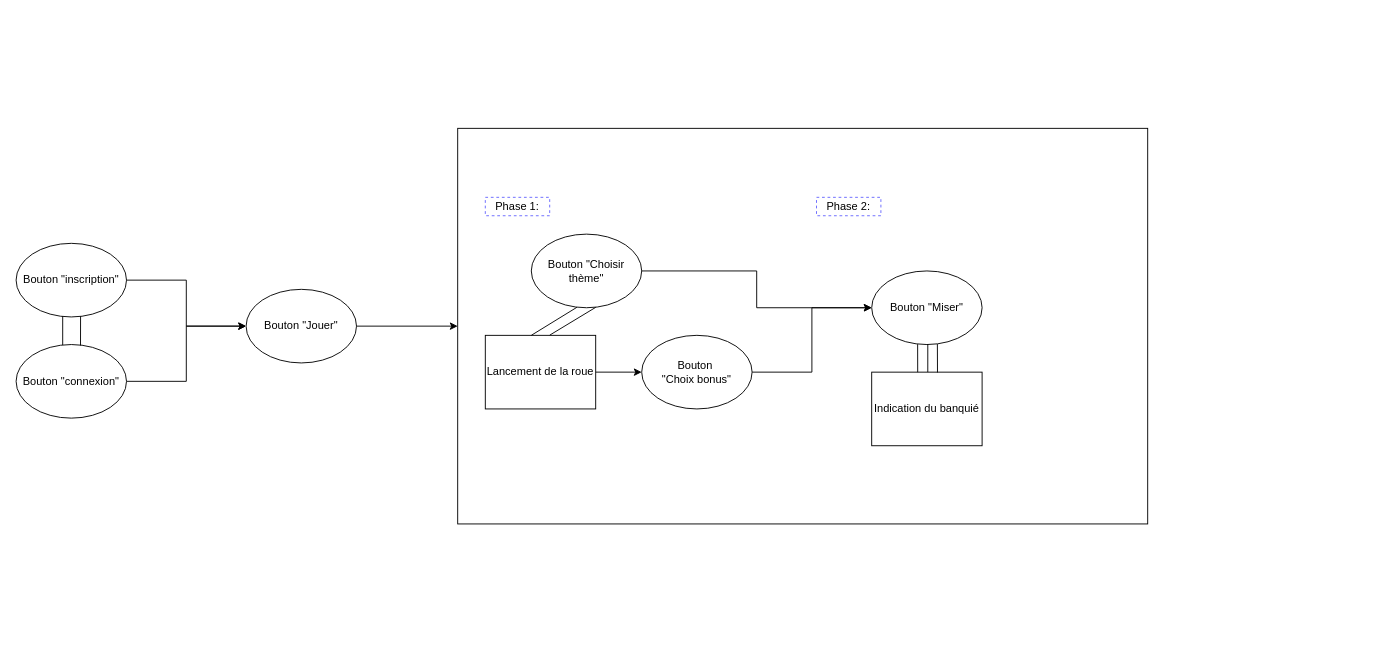
Above: Diagramme sans nom.drawio in Zacharie-Julien/MONEY-Drop-bouffon-BTS-BANQUE (draw.io), before the change. Source tidied: cells renumbered, new cells numbered last; positions are measured from the earlier drawing's top-left corner, leaving out a move shared by most shapes. Both pictures are drawn from the tidied source at 92%, with x=0, y=0 at pixel (16, 128).
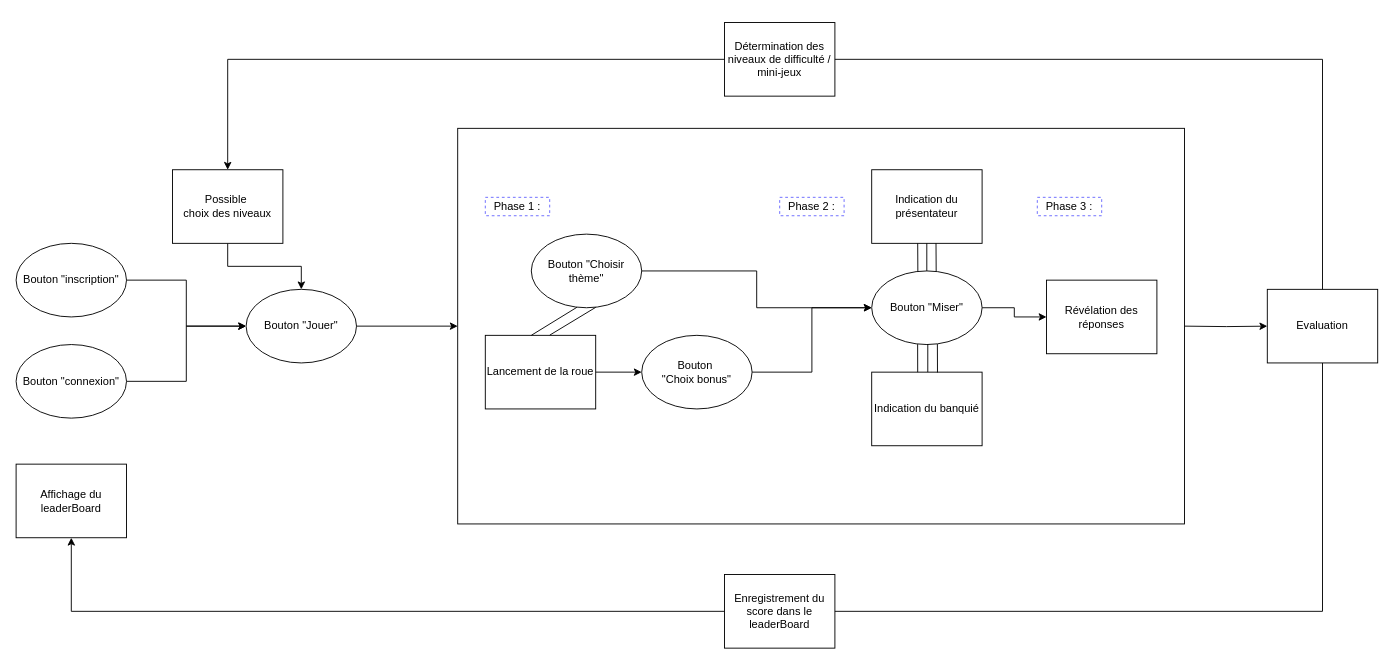
Above is the later version.

Commit message (it also covers changes not shown here):
Mettre à jour Diagramme

The change refers to these unchanged cells:
```xml
<mxCell id="3" value="Bouton &quot;inscription&quot;" style="ellipse;whiteSpace=wrap;html=1;" parent="1" vertex="1">
  <mxGeometry y="125" width="120" height="80" as="geometry" />
</mxCell>
<mxCell id="5" value="Bouton &quot;connexion&quot;" style="ellipse;whiteSpace=wrap;html=1;" parent="1" vertex="1">
  <mxGeometry y="235" width="120" height="80" as="geometry" />
</mxCell>
<mxCell id="7" value="Bouton &quot;Jouer&quot;" style="ellipse;whiteSpace=wrap;html=1;" parent="1" vertex="1">
  <mxGeometry x="250" y="175" width="120" height="80" as="geometry" />
</mxCell>
<mxCell id="13" value="Bouton &quot;Miser&quot;" style="ellipse;whiteSpace=wrap;html=1;" parent="1" vertex="1">
  <mxGeometry x="930" y="155" width="120" height="80" as="geometry" />
</mxCell>
```

The edit, as a diff of the source:
```diff
@@
-    <mxCell id="8" style="endArrow=none;html=1;rounded=0;exitX=0.422;exitY=0.007;exitDx=0;exitDy=0;exitPerimeter=0;entryX=0.422;entryY=0.989;entryDx=0;entryDy=0;entryPerimeter=0;" parent="1" edge="1" source="5" target="3">
-      <mxGeometry relative="1" as="geometry" />
-    </mxCell>
-    <mxCell id="9" style="endArrow=none;html=1;rounded=0;exitX=0.414;exitY=0.015;exitDx=0;exitDy=0;exitPerimeter=0;entryX=0.584;entryY=0.991;entryDx=0;entryDy=0;entryPerimeter=0;" parent="1" edge="1" target="3">
-      <mxGeometry relative="1" as="geometry">
-        <mxPoint x="70" y="236" as="sourcePoint" />
-      </mxGeometry>
-    </mxCell>
+    <mxCell id="26" style="edgeStyle=orthogonalEdgeStyle;rounded=0;jettySize=auto;html=1;entryX=0;entryY=0.5;entryDx=0;entryDy=0;" parent="1" edge="1" target="34">
+      <mxGeometry relative="1" as="geometry">
+        <mxPoint x="1270" y="215" as="sourcePoint" />
+      </mxGeometry>
+    </mxCell>
     <mxCell id="10" style="rounded=0;whiteSpace=wrap;html=1;" parent="1" vertex="1">
-      <mxGeometry x="480" width="750" height="430" as="geometry" />
+      <mxGeometry x="480" width="790" height="430" as="geometry" />
     </mxCell>
@@
+    <mxCell id="27" style="edgeStyle=orthogonalEdgeStyle;rounded=0;jettySize=auto;html=1;" parent="1" edge="1" source="13" target="37">
+      <mxGeometry relative="1" as="geometry" />
+    </mxCell>
@@
-    <mxCell id="18" value="&lt;div&gt;Phase 1:&lt;/div&gt;" style="rounded=0;whiteSpace=wrap;html=1;strokeColor=#6666FF;dashed=1;" parent="1" vertex="1">
+    <mxCell id="18" value="&lt;div&gt;Phase 1 :&lt;/div&gt;" style="rounded=0;whiteSpace=wrap;html=1;strokeColor=#6666FF;dashed=1;" parent="1" vertex="1">
       <mxGeometry x="510" y="75" width="70" height="20" as="geometry" />
     </mxCell>
-    <mxCell id="19" value="&lt;div&gt;Phase 2:&lt;/div&gt;" style="rounded=0;whiteSpace=wrap;html=1;strokeColor=#6666FF;dashed=1;" parent="1" vertex="1">
-      <mxGeometry x="870" y="75" width="70" height="20" as="geometry" />
+    <mxCell id="19" value="&lt;div&gt;Phase 2 :&lt;/div&gt;" style="rounded=0;whiteSpace=wrap;html=1;strokeColor=#6666FF;dashed=1;" parent="1" vertex="1">
+      <mxGeometry x="830" y="75" width="70" height="20" as="geometry" />
     </mxCell>
@@
+    <mxCell id="28" value="Indication du présentateur" style="rounded=0;whiteSpace=wrap;html=1;" parent="1" vertex="1">
+      <mxGeometry x="930" y="45" width="120" height="80" as="geometry" />
+    </mxCell>
+    <mxCell id="29" style="endArrow=none;html=1;rounded=0;entryX=0.508;entryY=0.995;entryDx=0;entryDy=0;entryPerimeter=0;exitX=0.508;exitY=-0.001;exitDx=0;exitDy=0;exitPerimeter=0;" parent="1" edge="1">
+      <mxGeometry relative="1" as="geometry">
+        <mxPoint x="989.9" y="155" as="sourcePoint" />
+        <mxPoint x="989.9" y="125" as="targetPoint" />
+      </mxGeometry>
+    </mxCell>
+    <mxCell id="30" style="endArrow=none;html=1;rounded=0;entryX=0.508;entryY=0.995;entryDx=0;entryDy=0;entryPerimeter=0;exitX=0.584;exitY=0.003;exitDx=0;exitDy=0;exitPerimeter=0;" parent="1" edge="1" source="13">
+      <mxGeometry relative="1" as="geometry">
+        <mxPoint x="999.9" y="125" as="targetPoint" />
+      </mxGeometry>
+    </mxCell>
+    <mxCell id="31" style="endArrow=none;html=1;rounded=0;entryX=0.508;entryY=0.995;entryDx=0;entryDy=0;entryPerimeter=0;exitX=0.418;exitY=0.005;exitDx=0;exitDy=0;exitPerimeter=0;" parent="1" edge="1" source="13">
+      <mxGeometry relative="1" as="geometry">
+        <mxPoint x="980" y="125" as="targetPoint" />
+      </mxGeometry>
+    </mxCell>
+    <mxCell id="32" style="edgeStyle=orthogonalEdgeStyle;rounded=0;jettySize=auto;html=1;entryX=0.5;entryY=0;entryDx=0;entryDy=0;exitX=0.5;exitY=0;exitDx=0;exitDy=0;" parent="1" edge="1" source="40" target="36">
+      <mxGeometry relative="1" as="geometry">
+        <Array as="points">
+          <mxPoint x="230" y="-75" />
+        </Array>
+      </mxGeometry>
+    </mxCell>
+    <mxCell id="33" style="edgeStyle=orthogonalEdgeStyle;rounded=0;jettySize=auto;html=1;entryX=0.5;entryY=1;entryDx=0;entryDy=0;" parent="1" edge="1" source="34" target="41">
+      <mxGeometry relative="1" as="geometry">
+        <Array as="points">
+          <mxPoint x="1420" y="525" />
+          <mxPoint x="60" y="525" />
+        </Array>
+      </mxGeometry>
+    </mxCell>
+    <mxCell id="34" value="Evaluation" style="rounded=0;whiteSpace=wrap;html=1;" parent="1" vertex="1">
+      <mxGeometry x="1360" y="175" width="120" height="80" as="geometry" />
+    </mxCell>
+    <mxCell id="35" style="edgeStyle=orthogonalEdgeStyle;rounded=0;jettySize=auto;html=1;" parent="1" edge="1" source="36" target="7">
+      <mxGeometry relative="1" as="geometry" />
+    </mxCell>
+    <mxCell id="36" value="&lt;div&gt;Possible&amp;nbsp;&lt;/div&gt;&lt;div&gt;choix des niveaux&lt;/div&gt;" style="rounded=0;whiteSpace=wrap;html=1;" parent="1" vertex="1">
+      <mxGeometry x="170" y="45" width="120" height="80" as="geometry" />
+    </mxCell>
+    <mxCell id="37" value="Révélation des réponses" style="rounded=0;whiteSpace=wrap;html=1;" parent="1" vertex="1">
+      <mxGeometry x="1120" y="165" width="120" height="80" as="geometry" />
+    </mxCell>
+    <mxCell id="38" value="&lt;div&gt;Phase 3 :&lt;/div&gt;" style="rounded=0;whiteSpace=wrap;html=1;strokeColor=#6666FF;dashed=1;" parent="1" vertex="1">
+      <mxGeometry x="1110" y="75" width="70" height="20" as="geometry" />
+    </mxCell>
+    <mxCell id="39" style="edgeStyle=orthogonalEdgeStyle;rounded=0;jettySize=auto;html=1;entryX=0.5;entryY=0;entryDx=0;entryDy=0;exitX=0.5;exitY=0;exitDx=0;exitDy=0;" parent="1" edge="1" source="34" target="40">
+      <mxGeometry relative="1" as="geometry">
+        <Array as="points">
+          <mxPoint x="1420" y="-75" />
+        </Array>
+      </mxGeometry>
+    </mxCell>
+    <mxCell id="40" value="Détermination des niveaux de difficulté / mini-jeux" style="rounded=0;whiteSpace=wrap;html=1;" parent="1" vertex="1">
+      <mxGeometry x="770" y="-115" width="120" height="80" as="geometry" />
+    </mxCell>
+    <mxCell id="41" value="Affichage du leaderBoard" style="rounded=0;whiteSpace=wrap;html=1;" parent="1" vertex="1">
+      <mxGeometry y="365" width="120" height="80" as="geometry" />
+    </mxCell>
+    <mxCell id="42" value="&lt;div&gt;Enregistrement du score dans le leaderBoard&lt;/div&gt;" style="rounded=0;whiteSpace=wrap;html=1;" parent="1" vertex="1">
+      <mxGeometry x="770" y="485" width="120" height="80" as="geometry" />
+    </mxCell>
```
